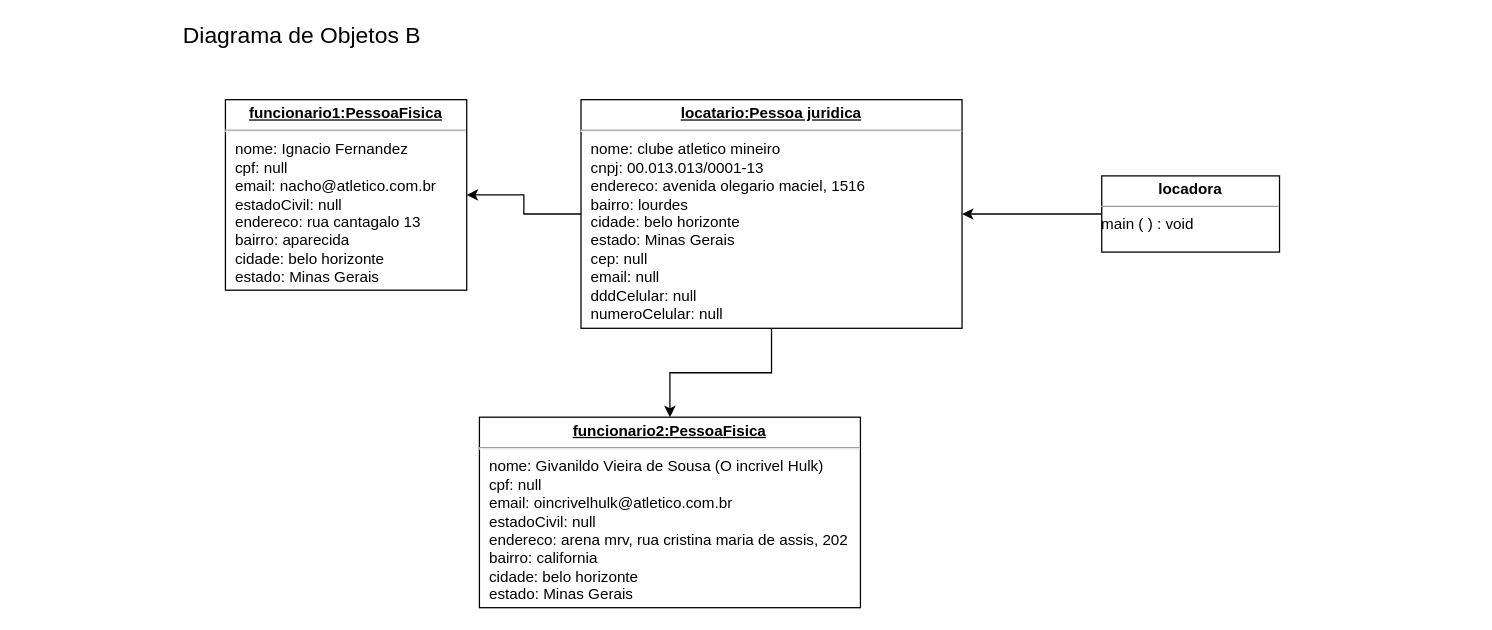
wildemberg-sales/projetoSistemaLocadora keeps this draw.io diagram as Diagrama de objetos_B.drawio. Above is the earlier version. Source tidied: cells renumbered, new cells numbered last; positions are measured from the earlier drawing's top-left corner, leaving out a move shared by most shapes. Both pictures are drawn from the tidied source at 127%, with x=0, y=0 at pixel (174, 23).
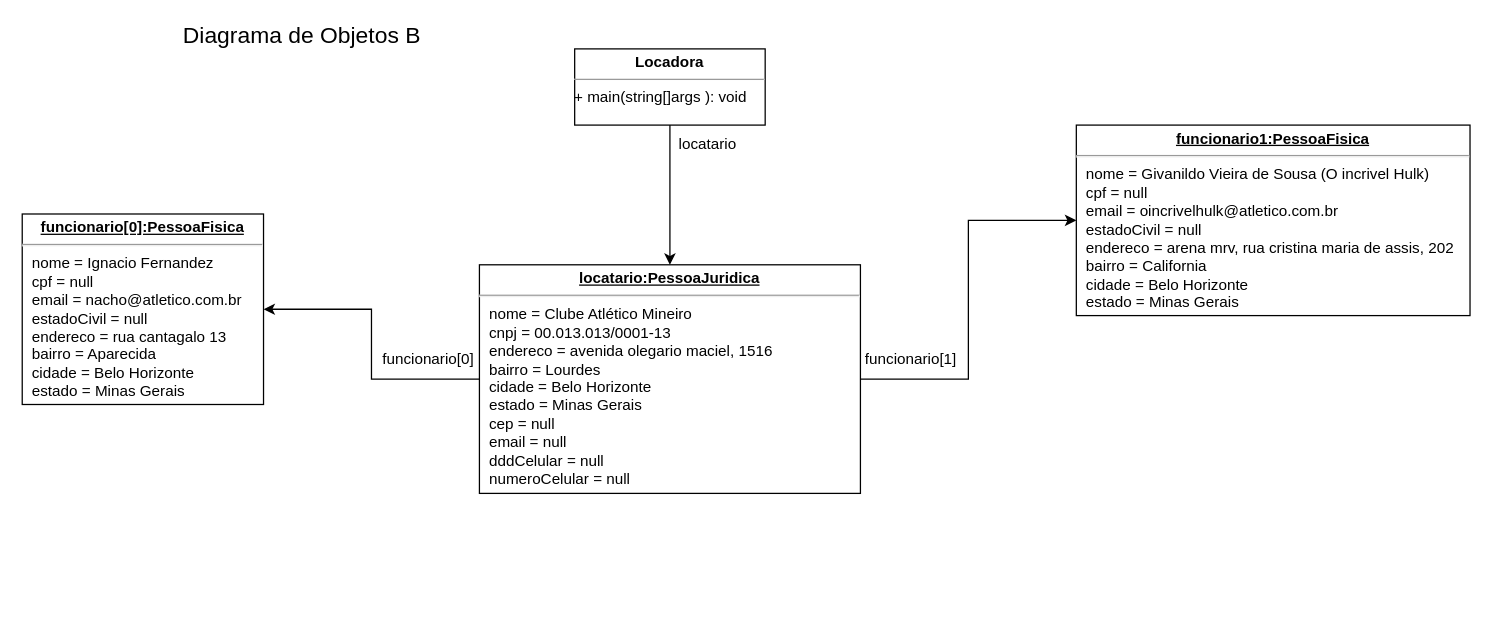
The same page after the edit.

Commit message:
Pequenos ajustes ao diagrama

The edit, as a diff of the source:
```diff
@@
 <mxGraphModel>
   <root>
     <mxCell id="0" />
     <mxCell id="1" parent="0" />
     <mxCell id="2" style="edgeStyle=orthogonalEdgeStyle;rounded=0;jettySize=auto;html=1;" parent="1" edge="1" source="3" target="6">
       <mxGeometry relative="1" as="geometry" />
     </mxCell>
-    <mxCell id="3" value="&lt;p style=&quot;margin: 0px ; margin-top: 4px ; text-align: center&quot;&gt;&lt;b&gt;locadora&lt;/b&gt;&lt;/p&gt;&lt;hr size=&quot;1&quot;&gt;&lt;div style=&quot;height: 2px&quot;&gt;main ( ) : void&lt;/div&gt;" style="verticalAlign=top;align=left;overflow=fill;fontSize=12;fontFamily=Helvetica;html=1;" parent="1" vertex="1">
-      <mxGeometry x="730" y="120" width="140" height="60" as="geometry" />
+    <mxCell id="3" value="&lt;p style=&quot;margin: 0px ; margin-top: 4px ; text-align: center&quot;&gt;&lt;b&gt;Locadora&lt;/b&gt;&lt;/p&gt;&lt;hr size=&quot;1&quot;&gt;&lt;div style=&quot;height: 2px&quot;&gt;+ main(string[]args ): void&lt;/div&gt;" style="verticalAlign=top;align=left;overflow=fill;fontSize=12;fontFamily=Helvetica;html=1;" parent="1" vertex="1">
+      <mxGeometry x="315" y="20" width="150" height="60" as="geometry" />
     </mxCell>
     <mxCell id="4" style="edgeStyle=orthogonalEdgeStyle;rounded=0;jettySize=auto;html=1;" parent="1" edge="1" source="6" target="7">
       <mxGeometry relative="1" as="geometry" />
     </mxCell>
     <mxCell id="5" style="edgeStyle=orthogonalEdgeStyle;rounded=0;jettySize=auto;html=1;" parent="1" edge="1" source="6" target="8">
       <mxGeometry relative="1" as="geometry" />
     </mxCell>
-    <mxCell id="6" value="&lt;p style=&quot;margin: 0px ; margin-top: 4px ; text-align: center ; text-decoration: underline&quot;&gt;&lt;b&gt;locatario:Pessoa juridica&lt;/b&gt;&lt;/p&gt;&lt;hr&gt;&lt;p style=&quot;margin: 0px ; margin-left: 8px&quot;&gt;nome: clube atletico mineiro&lt;/p&gt;&lt;p style=&quot;margin: 0px ; margin-left: 8px&quot;&gt;cnpj: 00.013.013/0001-13&lt;/p&gt;&lt;p style=&quot;margin: 0px ; margin-left: 8px&quot;&gt;endereco: avenida olegario maciel, 1516&lt;/p&gt;&lt;p style=&quot;margin: 0px ; margin-left: 8px&quot;&gt;bairro: lourdes&lt;/p&gt;&lt;p style=&quot;margin: 0px ; margin-left: 8px&quot;&gt;cidade: belo horizonte&lt;/p&gt;&lt;p style=&quot;margin: 0px ; margin-left: 8px&quot;&gt;estado: Minas Gerais&lt;/p&gt;&lt;p style=&quot;margin: 0px ; margin-left: 8px&quot;&gt;cep: null&lt;/p&gt;&lt;p style=&quot;margin: 0px ; margin-left: 8px&quot;&gt;email: null&lt;/p&gt;&lt;p style=&quot;margin: 0px ; margin-left: 8px&quot;&gt;dddCelular: null&lt;/p&gt;&lt;p style=&quot;margin: 0px ; margin-left: 8px&quot;&gt;numeroCelular: null&lt;/p&gt;" style="verticalAlign=top;align=left;overflow=fill;fontSize=12;fontFamily=Helvetica;html=1;" parent="1" vertex="1">
-      <mxGeometry x="320" y="60" width="300" height="180" as="geometry" />
+    <mxCell id="6" value="&lt;p style=&quot;margin: 0px ; margin-top: 4px ; text-align: center ; text-decoration: underline&quot;&gt;&lt;b&gt;locatario:PessoaJuridica&lt;/b&gt;&lt;/p&gt;&lt;hr&gt;&lt;p style=&quot;margin: 0px ; margin-left: 8px&quot;&gt;nome = Clube Atlético Mineiro&lt;/p&gt;&lt;p style=&quot;margin: 0px ; margin-left: 8px&quot;&gt;cnpj = 00.013.013/0001-13&lt;/p&gt;&lt;p style=&quot;margin: 0px ; margin-left: 8px&quot;&gt;endereco = avenida olegario maciel, 1516&lt;/p&gt;&lt;p style=&quot;margin: 0px ; margin-left: 8px&quot;&gt;bairro = Lourdes&lt;/p&gt;&lt;p style=&quot;margin: 0px ; margin-left: 8px&quot;&gt;cidade = Belo Horizonte&lt;/p&gt;&lt;p style=&quot;margin: 0px ; margin-left: 8px&quot;&gt;estado = Minas Gerais&lt;/p&gt;&lt;p style=&quot;margin: 0px ; margin-left: 8px&quot;&gt;cep = null&lt;/p&gt;&lt;p style=&quot;margin: 0px ; margin-left: 8px&quot;&gt;email = null&lt;/p&gt;&lt;p style=&quot;margin: 0px ; margin-left: 8px&quot;&gt;dddCelular = null&lt;/p&gt;&lt;p style=&quot;margin: 0px ; margin-left: 8px&quot;&gt;numeroCelular = null&lt;/p&gt;" style="verticalAlign=top;align=left;overflow=fill;fontSize=12;fontFamily=Helvetica;html=1;" parent="1" vertex="1">
+      <mxGeometry x="240" y="190" width="300" height="180" as="geometry" />
     </mxCell>
-    <mxCell id="7" value="&lt;p style=&quot;margin: 0px ; margin-top: 4px ; text-align: center ; text-decoration: underline&quot;&gt;&lt;b&gt;funcionario1:PessoaFisica&lt;/b&gt;&lt;/p&gt;&lt;hr&gt;&lt;p style=&quot;margin: 0px ; margin-left: 8px&quot;&gt;nome: Ignacio Fernandez&lt;/p&gt;&lt;p style=&quot;margin: 0px ; margin-left: 8px&quot;&gt;cpf: null&lt;/p&gt;&lt;p style=&quot;margin: 0px ; margin-left: 8px&quot;&gt;email: nacho@atletico.com.br&lt;/p&gt;&lt;p style=&quot;margin: 0px ; margin-left: 8px&quot;&gt;estadoCivil: null&lt;/p&gt;&lt;p style=&quot;margin: 0px ; margin-left: 8px&quot;&gt;endereco: rua cantagalo 13&lt;/p&gt;&lt;p style=&quot;margin: 0px ; margin-left: 8px&quot;&gt;bairro: aparecida&lt;/p&gt;&lt;p style=&quot;margin: 0px ; margin-left: 8px&quot;&gt;cidade: belo horizonte&lt;/p&gt;&lt;p style=&quot;margin: 0px ; margin-left: 8px&quot;&gt;estado: Minas Gerais&lt;/p&gt;" style="verticalAlign=top;align=left;overflow=fill;fontSize=12;fontFamily=Helvetica;html=1;" parent="1" vertex="1">
-      <mxGeometry x="40" y="60" width="190" height="150" as="geometry" />
+    <mxCell id="7" value="&lt;p style=&quot;margin: 0px ; margin-top: 4px ; text-align: center ; text-decoration: underline&quot;&gt;&lt;b&gt;funcionario[0]:PessoaFisica&lt;/b&gt;&lt;/p&gt;&lt;hr&gt;&lt;p style=&quot;margin: 0px ; margin-left: 8px&quot;&gt;nome = Ignacio Fernandez&lt;/p&gt;&lt;p style=&quot;margin: 0px ; margin-left: 8px&quot;&gt;cpf = null&lt;/p&gt;&lt;p style=&quot;margin: 0px ; margin-left: 8px&quot;&gt;email = nacho@atletico.com.br&lt;/p&gt;&lt;p style=&quot;margin: 0px ; margin-left: 8px&quot;&gt;estadoCivil = null&lt;/p&gt;&lt;p style=&quot;margin: 0px ; margin-left: 8px&quot;&gt;endereco = rua cantagalo 13&lt;/p&gt;&lt;p style=&quot;margin: 0px ; margin-left: 8px&quot;&gt;bairro = Aparecida&lt;/p&gt;&lt;p style=&quot;margin: 0px ; margin-left: 8px&quot;&gt;cidade = Belo Horizonte&lt;/p&gt;&lt;p style=&quot;margin: 0px ; margin-left: 8px&quot;&gt;estado = Minas Gerais&lt;/p&gt;" style="verticalAlign=top;align=left;overflow=fill;fontSize=12;fontFamily=Helvetica;html=1;" parent="1" vertex="1">
+      <mxGeometry x="-120" y="150" width="190" height="150" as="geometry" />
     </mxCell>
-    <mxCell id="8" value="&lt;p style=&quot;margin: 0px ; margin-top: 4px ; text-align: center ; text-decoration: underline&quot;&gt;&lt;b&gt;funcionario2:PessoaFisica&lt;/b&gt;&lt;/p&gt;&lt;hr&gt;&lt;p style=&quot;margin: 0px ; margin-left: 8px&quot;&gt;nome: Givanildo Vieira de Sousa (O incrivel Hulk)&lt;/p&gt;&lt;p style=&quot;margin: 0px ; margin-left: 8px&quot;&gt;cpf: null&lt;/p&gt;&lt;p style=&quot;margin: 0px ; margin-left: 8px&quot;&gt;email: oincrivelhulk@atletico.com.br&lt;/p&gt;&lt;p style=&quot;margin: 0px ; margin-left: 8px&quot;&gt;estadoCivil: null&lt;/p&gt;&lt;p style=&quot;margin: 0px ; margin-left: 8px&quot;&gt;endereco: arena mrv, rua cristina maria de assis, 202&lt;/p&gt;&lt;p style=&quot;margin: 0px ; margin-left: 8px&quot;&gt;bairro: california&lt;/p&gt;&lt;p style=&quot;margin: 0px ; margin-left: 8px&quot;&gt;cidade: belo horizonte&lt;/p&gt;&lt;p style=&quot;margin: 0px ; margin-left: 8px&quot;&gt;estado: Minas Gerais&lt;/p&gt;" style="verticalAlign=top;align=left;overflow=fill;fontSize=12;fontFamily=Helvetica;html=1;" parent="1" vertex="1">
-      <mxGeometry x="240" y="310" width="300" height="150" as="geometry" />
+    <mxCell id="8" value="&lt;p style=&quot;margin: 0px ; margin-top: 4px ; text-align: center ; text-decoration: underline&quot;&gt;&lt;b&gt;funcionario1:PessoaFisica&lt;/b&gt;&lt;/p&gt;&lt;hr&gt;&lt;p style=&quot;margin: 0px ; margin-left: 8px&quot;&gt;nome = Givanildo Vieira de Sousa (O incrivel Hulk)&lt;/p&gt;&lt;p style=&quot;margin: 0px ; margin-left: 8px&quot;&gt;cpf = null&lt;/p&gt;&lt;p style=&quot;margin: 0px ; margin-left: 8px&quot;&gt;email = oincrivelhulk@atletico.com.br&lt;/p&gt;&lt;p style=&quot;margin: 0px ; margin-left: 8px&quot;&gt;estadoCivil = null&lt;/p&gt;&lt;p style=&quot;margin: 0px ; margin-left: 8px&quot;&gt;endereco = arena mrv, rua cristina maria de assis, 202&lt;/p&gt;&lt;p style=&quot;margin: 0px ; margin-left: 8px&quot;&gt;bairro = California&lt;/p&gt;&lt;p style=&quot;margin: 0px ; margin-left: 8px&quot;&gt;cidade = Belo Horizonte&lt;/p&gt;&lt;p style=&quot;margin: 0px ; margin-left: 8px&quot;&gt;estado = Minas Gerais&lt;/p&gt;" style="verticalAlign=top;align=left;overflow=fill;fontSize=12;fontFamily=Helvetica;html=1;" parent="1" vertex="1">
+      <mxGeometry x="710" y="80" width="310" height="150" as="geometry" />
     </mxCell>
     <mxCell id="9" value="&lt;span style=&quot;font-size: 18px&quot;&gt;Diagrama de Objetos B&lt;/span&gt;" style="text;html=1;align=center;verticalAlign=middle;strokeColor=none;fillColor=none;" parent="1" vertex="1">
       <mxGeometry width="200" height="20" as="geometry" />
     </mxCell>
+    <mxCell id="10" value="funcionario[0]" style="text;html=1;strokeColor=none;fillColor=none;align=center;verticalAlign=middle;whiteSpace=wrap;rounded=0;" parent="1" vertex="1">
+      <mxGeometry x="160" y="250" width="80" height="30" as="geometry" />
+    </mxCell>
+    <mxCell id="11" value="funcionario[1]" style="text;html=1;strokeColor=none;fillColor=none;align=center;verticalAlign=middle;whiteSpace=wrap;rounded=0;" parent="1" vertex="1">
+      <mxGeometry x="540" y="250" width="80" height="30" as="geometry" />
+    </mxCell>
+    <mxCell id="12" value="locatario" style="text;html=1;strokeColor=none;fillColor=none;align=center;verticalAlign=middle;whiteSpace=wrap;rounded=0;" parent="1" vertex="1">
+      <mxGeometry x="390" y="80" width="60" height="30" as="geometry" />
+    </mxCell>
   </root>
 </mxGraphModel>
```
